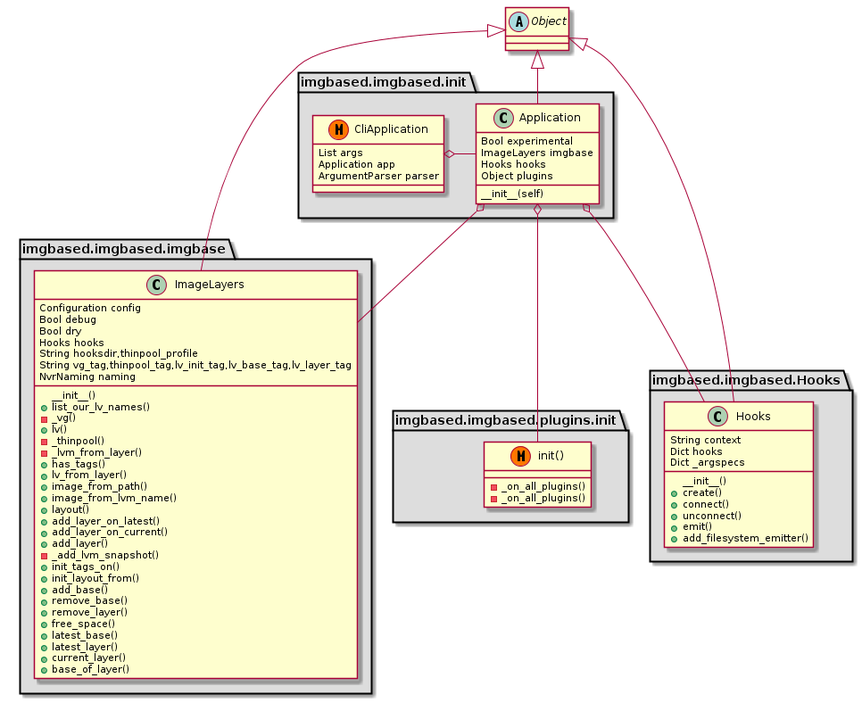
Before: imgbased/init_uml.png, a diagram exported from PlantUML (weiwang-linda/umlfiles).
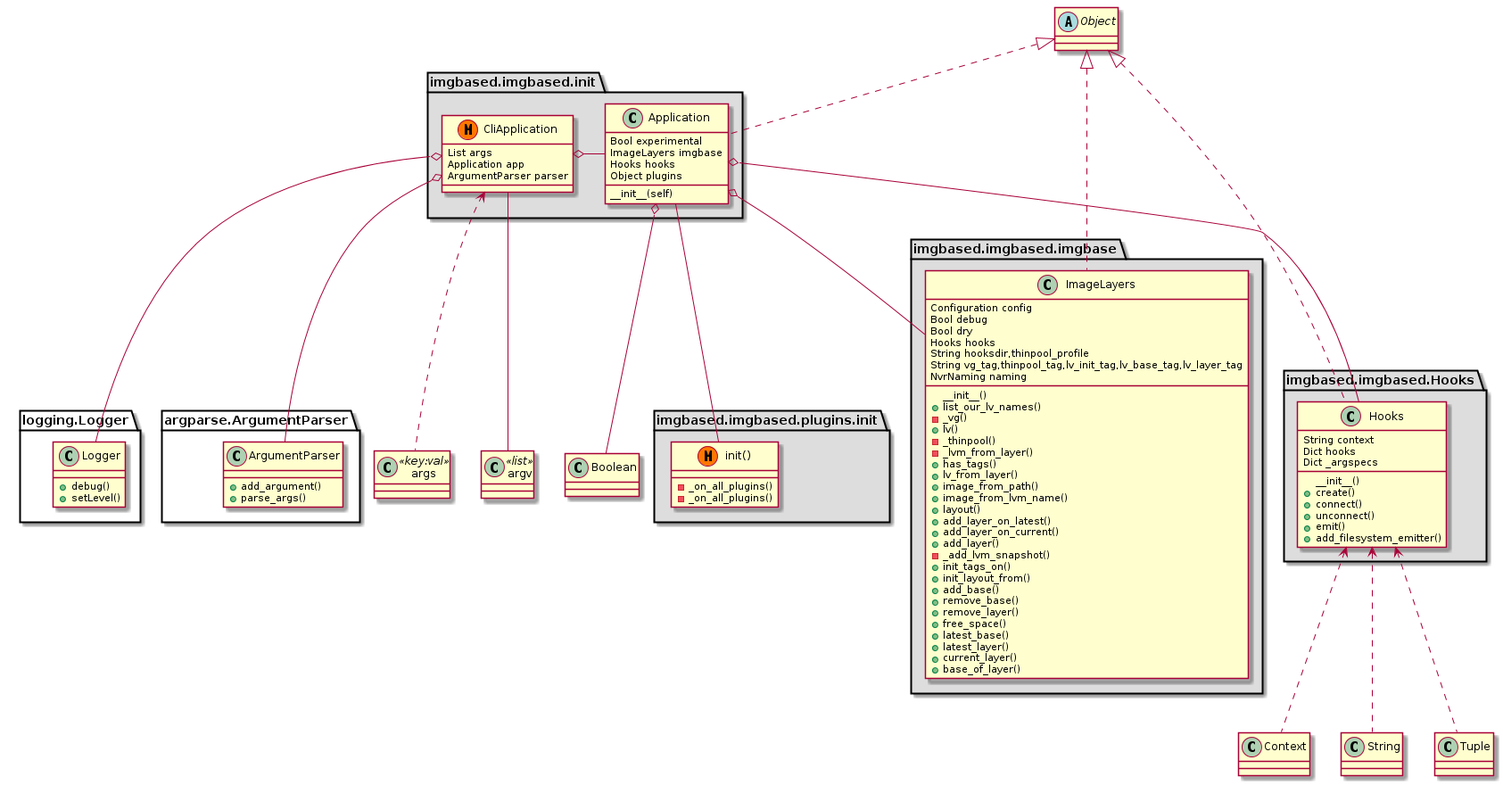
After the change.

Commit message:
add basic classes

The edit, as a diff of the source:
```diff
@@ -2,7 +2,7 @@
 abstract Object
 
 package "imgbased.imgbased.init" #DDDDDD {
-	Object <|-- class Application
+	Object <|.. class Application
 
 	Application : Bool experimental
 	Application : ImageLayers imgbase
@@ -17,6 +17,20 @@
 	}
 
 	CliApplication o- Application
+}
+
+package "logging.Logger" {
+	class Logger {
+		+debug()
+		+setLevel()
+	}
+}
+
+package "argparse.ArgumentParser" {
+	class ArgumentParser {
+		+add_argument()
+		+parse_args()
+	}
 }
 
 package "imgbased.imgbased.imgbase" #DDDDDD {
@@ -55,7 +69,7 @@
 		+base_of_layer()
 	}
 
-	Object <|-- ImageLayers
+	Object <|.. ImageLayers
 }
 
 package "imgbased.imgbased.Hooks" #DDDDDD {
@@ -71,7 +85,7 @@
 		+add_filesystem_emitter()
 	}
 
-	Object <|-- Hooks
+	Object <|.. Hooks
 }
 
 package "imgbased.imgbased.plugins.init" #DDDDDD {
@@ -83,6 +97,15 @@
 
 class Application o- class ImageLayers
 class Application o- class Hooks
-class Application o- class "init()"
+class Application -- class "init()"
+class Application o- class Boolean
 
+class Hooks <.. class Context
+class Hooks <.. class String
+class Hooks <.. class Tuple
+
+CliApplication o- class Logger
+CliApplication o- class ArgumentParser
+CliApplication <. class args << key:val >>
+CliApplication - class argv << list >>
 @enduml
```
